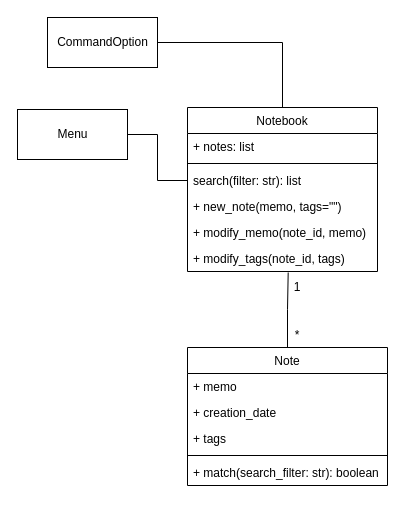
Before: Note/note_design.drawio in djose1164/py3-oop, a draw.io diagram. Source tidied: cells renumbered, new cells numbered last; positions are measured from the earlier drawing's top-left corner, leaving out a move shared by most shapes. Both pictures are drawn from the tidied source at 100%, with x=0, y=0 at pixel (17, 17).
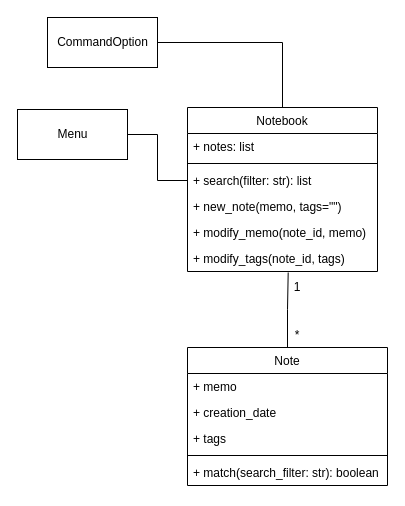
The same diagram, later.

The change refers to these unchanged cells:
```xml
<mxCell id="2" value="Notebook" style="swimlane;fontStyle=0;align=center;verticalAlign=top;horizontal=1;startSize=26;rounded=0;shadow=0;strokeWidth=1;" parent="1" vertex="1">
  <mxGeometry x="170" y="90" width="190" height="164" as="geometry" />
</mxCell>
```

Diff of the diagram source:
```diff
@@
-    <mxCell id="5" value="search(filter: str): list" style="text;align=left;verticalAlign=top;spacingLeft=4;spacingRight=4;overflow=hidden;points=[[0,0.5],[1,0.5]];portConstraint=eastwest;" parent="2" vertex="1">
+    <mxCell id="5" value="+ search(filter: str): list" style="text;align=left;verticalAlign=top;spacingLeft=4;spacingRight=4;overflow=hidden;points=[[0,0.5],[1,0.5]];portConstraint=eastwest;" parent="2" vertex="1">
       <mxGeometry y="60" width="190" height="26" as="geometry" />
     </mxCell>
```
